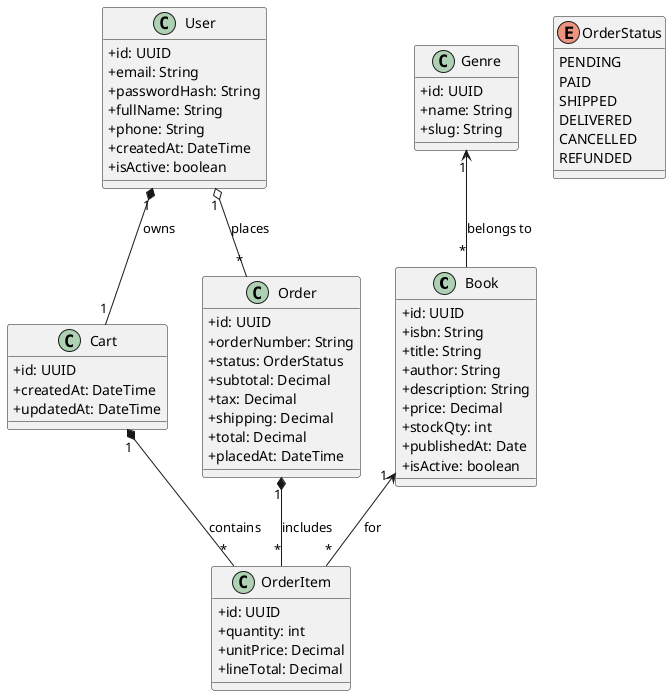
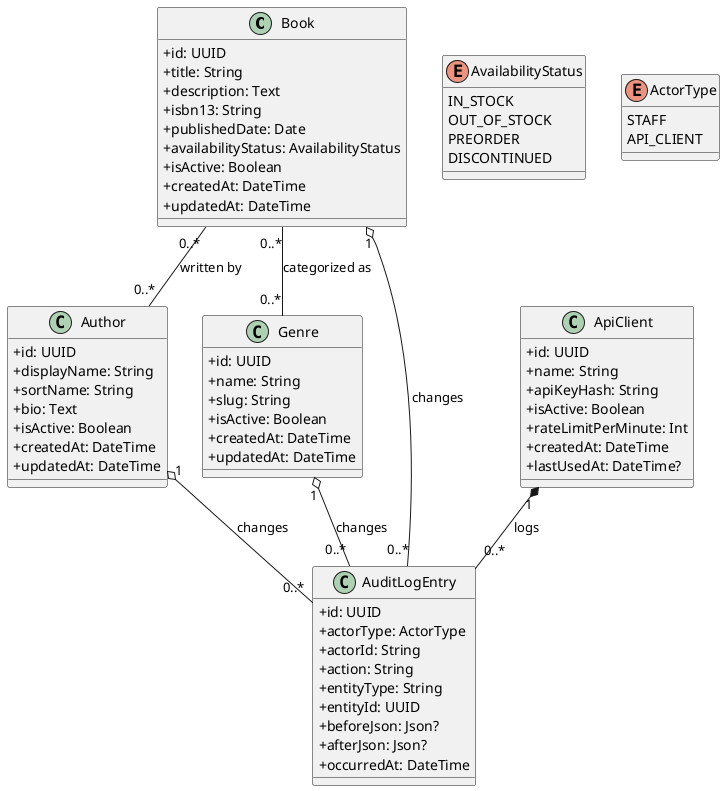
@startuml
skinparam classAttributeIconSize 0

class Book {
  +id: UUID
-   +isbn: String
  +title: String
-   +author: String
-   +description: String
-   +price: Decimal
-   +stockQty: int
-   +publishedAt: Date
-   +isActive: boolean
+   +description: Text
+   +isbn13: String
+   +publishedDate: Date
+   +availabilityStatus: AvailabilityStatus
+   +isActive: Boolean
+   +createdAt: DateTime
+   +updatedAt: DateTime
+ }
+ 
+ class Author {
+   +id: UUID
+   +displayName: String
+   +sortName: String
+   +bio: Text
+   +isActive: Boolean
+   +createdAt: DateTime
+   +updatedAt: DateTime
}

class Genre {
  +id: UUID
  +name: String
  +slug: String
- }
- 
- class User {
-   +id: UUID
-   +email: String
-   +passwordHash: String
-   +fullName: String
-   +phone: String
-   +createdAt: DateTime
-   +isActive: boolean
- }
- 
- class Cart {
-   +id: UUID
+   +isActive: Boolean
  +createdAt: DateTime
  +updatedAt: DateTime
}

- class Order {
+ class ApiClient {
  +id: UUID
-   +orderNumber: String
-   +status: OrderStatus
-   +subtotal: Decimal
-   +tax: Decimal
-   +shipping: Decimal
-   +total: Decimal
-   +placedAt: DateTime
+   +name: String
+   +apiKeyHash: String
+   +isActive: Boolean
+   +rateLimitPerMinute: Int
+   +createdAt: DateTime
+   +lastUsedAt: DateTime?
}

- class OrderItem {
+ class AuditLogEntry {
  +id: UUID
-   +quantity: int
-   +unitPrice: Decimal
-   +lineTotal: Decimal
+   +actorType: ActorType
+   +actorId: String
+   +action: String
+   +entityType: String
+   +entityId: UUID
+   +beforeJson: Json?
+   +afterJson: Json?
+   +occurredAt: DateTime
}

- enum OrderStatus {
-   PENDING
-   PAID
-   SHIPPED
-   DELIVERED
-   CANCELLED
-   REFUNDED
+ enum AvailabilityStatus {
+   IN_STOCK
+   OUT_OF_STOCK
+   PREORDER
+   DISCONTINUED
+ }
+ 
+ enum ActorType {
+   STAFF
+   API_CLIENT
}

' Relationships
- Genre "1" <-- "*" Book : belongs to
- User "1" *-- "1" Cart : owns
- User "1" o-- "*" Order : places
+ Book "0..*" -- "0..*" Author : written by
+ Book "0..*" -- "0..*" Genre : categorized as

- Cart "1" *-- "*" OrderItem : contains
- Order "1" *-- "*" OrderItem : includes
- 
- Book "1" <-- "*" OrderItem : for
+ ApiClient "1" *-- "0..*" AuditLogEntry : logs
+ Book "1" o-- "0..*" AuditLogEntry : changes
+ Author "1" o-- "0..*" AuditLogEntry : changes
+ Genre "1" o-- "0..*" AuditLogEntry : changes
@enduml